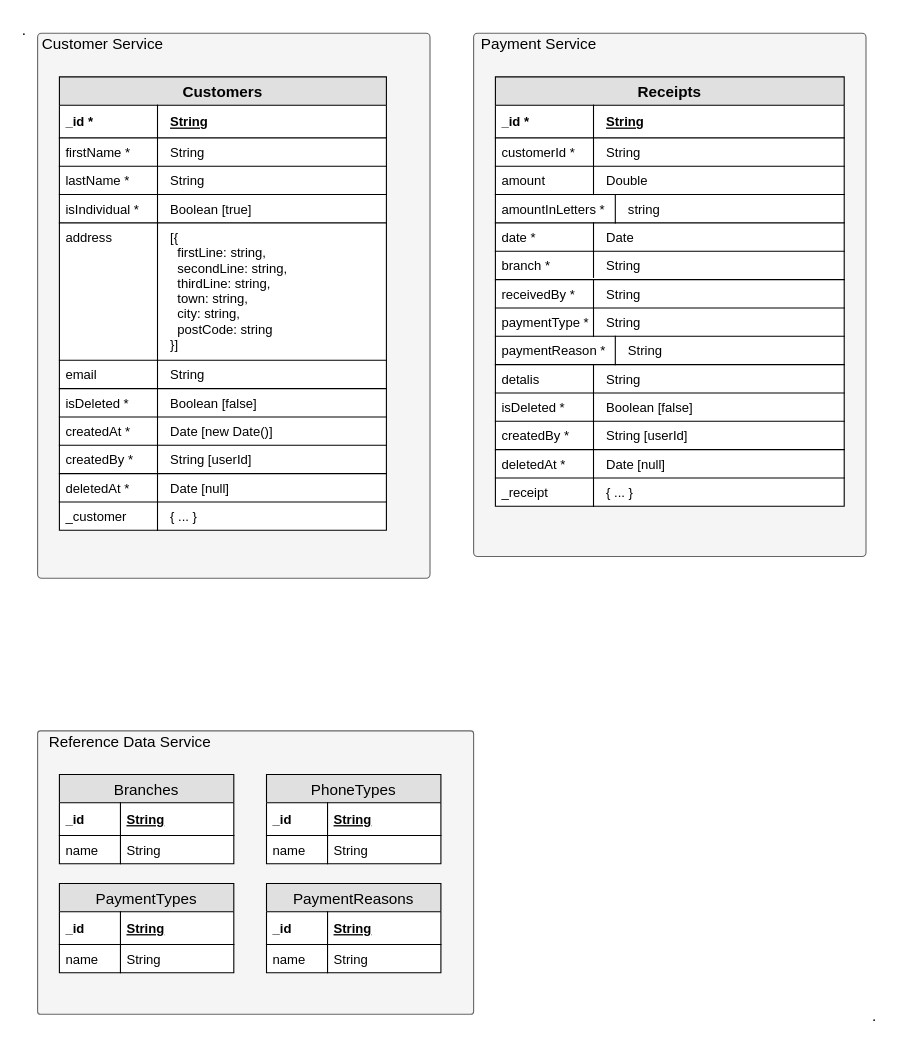
Above: page "DB" (3 of 3) of _images/High-Level_Design.drawio in aytekinyaliz/ylz-lh-infra (draw.io), before the change. Source tidied: cells renumbered, new cells numbered last; positions are measured from the earlier drawing's top-left corner, leaving out a move shared by most shapes. Both pictures are drawn from the tidied source at 109%, with x=0, y=0 at pixel (19, 19).
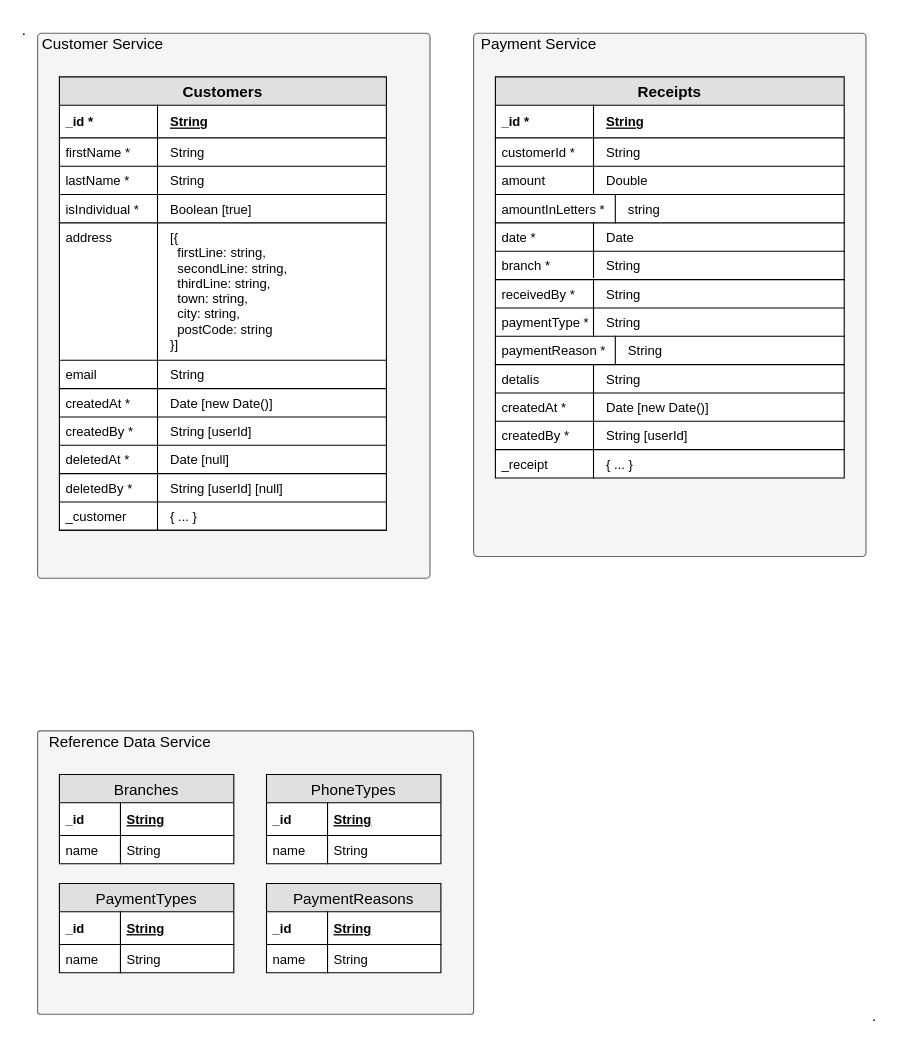
The same page after the edit.

Unchanged cells that the change refers to:
```xml
<mxCell id="28" value="Customers" style="swimlane;fontStyle=1;horizontal=1;startSize=26;fillColor=#e0e0e0;swimlaneFillColor=#ffffff;align=center;fontSize=14;" parent="1" vertex="1">
  <mxGeometry x="37" y="53" width="300" height="416" as="geometry" />
</mxCell>
```

What changed in the source:
```diff
@@
-    <mxCell id="41" value="Boolean [false]" style="shape=partialRectangle;top=0;left=0;right=0;bottom=1;align=left;verticalAlign=top;fillColor=none;spacingLeft=100;spacingRight=4;overflow=hidden;fontSize=12;" parent="28" vertex="1">
-      <mxGeometry y="286" width="300" height="26" as="geometry" />
-    </mxCell>
-    <mxCell id="42" value="isDeleted *" style="shape=partialRectangle;top=0;left=0;bottom=0;fillColor=none;align=left;verticalAlign=top;spacingLeft=4;spacingRight=4;overflow=hidden;fontSize=12;" parent="41" vertex="1">
-      <mxGeometry width="90" height="26" as="geometry" />
-    </mxCell>
     <mxCell id="43" value="Date [new Date()]" style="shape=partialRectangle;top=0;left=0;right=0;bottom=1;align=left;verticalAlign=top;fillColor=none;spacingLeft=100;spacingRight=4;overflow=hidden;fontSize=12;" parent="28" vertex="1">
-      <mxGeometry y="312" width="300" height="26" as="geometry" />
+      <mxGeometry y="286" width="300" height="26" as="geometry" />
     </mxCell>
@@
     <mxCell id="45" value="String [userId]" style="shape=partialRectangle;top=0;left=0;right=0;bottom=1;align=left;verticalAlign=top;fillColor=none;spacingLeft=100;spacingRight=4;overflow=hidden;fontSize=12;" parent="28" vertex="1">
-      <mxGeometry y="338" width="300" height="26" as="geometry" />
+      <mxGeometry y="312" width="300" height="26" as="geometry" />
     </mxCell>
@@
     <mxCell id="47" value="Date [null]" style="shape=partialRectangle;top=0;left=0;right=0;bottom=1;align=left;verticalAlign=top;fillColor=none;spacingLeft=100;spacingRight=4;overflow=hidden;fontSize=12;" parent="28" vertex="1">
-      <mxGeometry y="364" width="300" height="26" as="geometry" />
+      <mxGeometry y="338" width="300" height="26" as="geometry" />
     </mxCell>
@@
+    <mxCell id="82" value="String [userId] [null]" style="shape=partialRectangle;top=0;left=0;right=0;bottom=1;align=left;verticalAlign=top;fillColor=none;spacingLeft=100;spacingRight=4;overflow=hidden;fontSize=12;" parent="28" vertex="1">
+      <mxGeometry y="364" width="300" height="26" as="geometry" />
+    </mxCell>
+    <mxCell id="83" value="deletedBy *" style="shape=partialRectangle;top=0;left=0;bottom=0;fillColor=none;align=left;verticalAlign=top;spacingLeft=4;spacingRight=4;overflow=hidden;fontSize=12;" parent="82" vertex="1">
+      <mxGeometry width="90" height="26" as="geometry" />
+    </mxCell>
-    <mxCell id="49" value="{ ... }" style="shape=partialRectangle;top=0;left=0;right=0;bottom=0;align=left;verticalAlign=top;fillColor=none;spacingLeft=100;spacingRight=4;overflow=hidden;fontSize=12;" parent="28" vertex="1">
+    <mxCell id="49" value="{ ... }" style="shape=partialRectangle;top=0;left=0;right=0;bottom=1;align=left;verticalAlign=top;fillColor=none;spacingLeft=100;spacingRight=4;overflow=hidden;fontSize=12;" parent="28" vertex="1">
       <mxGeometry y="390" width="300" height="26" as="geometry" />
     </mxCell>
@@
     <mxCell id="51" value="Receipts" style="swimlane;fontStyle=1;horizontal=1;startSize=26;fillColor=#e0e0e0;swimlaneFillColor=#ffffff;align=center;fontSize=14;" parent="1" vertex="1">
-      <mxGeometry x="437" y="53" width="320" height="394" as="geometry" />
+      <mxGeometry x="437" y="53" width="320" height="368" as="geometry" />
     </mxCell>
@@
-    <mxCell id="72" value="Boolean [false]" style="shape=partialRectangle;top=0;left=0;right=0;bottom=1;align=left;verticalAlign=top;fillColor=none;spacingLeft=100;spacingRight=4;overflow=hidden;fontSize=12;" parent="51" vertex="1">
+    <mxCell id="72" value="Date [new Date()]" style="shape=partialRectangle;top=0;left=0;right=0;bottom=1;align=left;verticalAlign=top;fillColor=none;spacingLeft=100;spacingRight=4;overflow=hidden;fontSize=12;" parent="51" vertex="1">
       <mxGeometry y="290" width="320" height="26" as="geometry" />
     </mxCell>
-    <mxCell id="73" value="isDeleted *" style="shape=partialRectangle;top=0;left=0;bottom=0;fillColor=none;align=left;verticalAlign=top;spacingLeft=4;spacingRight=4;overflow=hidden;fontSize=12;" parent="72" vertex="1">
+    <mxCell id="73" value="createdAt *" style="shape=partialRectangle;top=0;left=0;bottom=0;fillColor=none;align=left;verticalAlign=top;spacingLeft=4;spacingRight=4;overflow=hidden;fontSize=12;" parent="72" vertex="1">
       <mxGeometry width="90" height="26" as="geometry" />
     </mxCell>
@@
-    <mxCell id="76" value="Date [null]" style="shape=partialRectangle;top=0;left=0;right=0;bottom=1;align=left;verticalAlign=top;fillColor=none;spacingLeft=100;spacingRight=4;overflow=hidden;fontSize=12;" parent="51" vertex="1">
-      <mxGeometry y="342" width="320" height="26" as="geometry" />
-    </mxCell>
-    <mxCell id="77" value="deletedAt *" style="shape=partialRectangle;top=0;left=0;bottom=0;fillColor=none;align=left;verticalAlign=top;spacingLeft=4;spacingRight=4;overflow=hidden;fontSize=12;" parent="76" vertex="1">
-      <mxGeometry width="90" height="26" as="geometry" />
-    </mxCell>
     <mxCell id="78" value="{ ... }" style="shape=partialRectangle;top=0;left=0;right=0;bottom=0;align=left;verticalAlign=top;fillColor=none;spacingLeft=100;spacingRight=4;overflow=hidden;fontSize=12;" parent="51" vertex="1">
-      <mxGeometry y="368" width="320" height="26" as="geometry" />
+      <mxGeometry y="342" width="320" height="26" as="geometry" />
     </mxCell>
```
